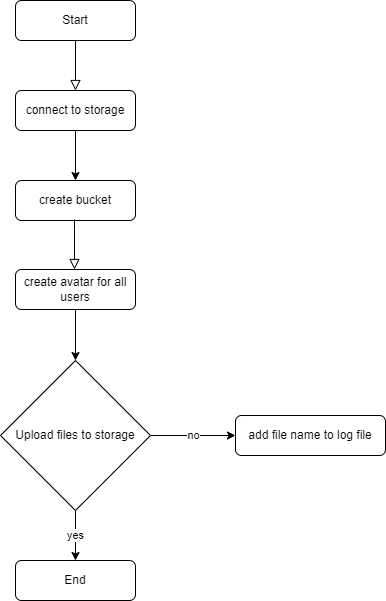
Kiarash-Salehi/migrate_to_storage keeps this draw.io diagram as migrate to storage.drawio.png. Above is the earlier version. Source tidied: cells renumbered, new cells last; positions are measured from the earlier drawing's top-left corner, leaving out a move shared by most shapes.
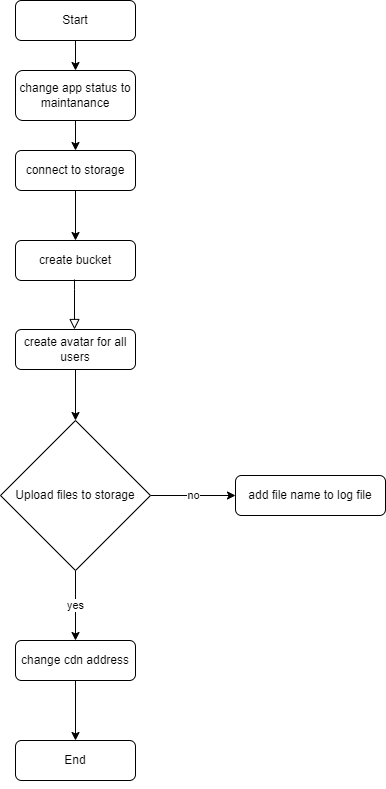
Above is the later version.

Diff of the diagram source:
```diff
@@ -2,13 +2,11 @@
   <root>
     <mxCell id="0" />
     <mxCell id="1" parent="0" />
-    <mxCell id="2" style="rounded=0;html=1;jettySize=auto;fontSize=11;endArrow=block;endFill=0;endSize=8;strokeWidth=1;shadow=0;labelBackgroundColor=none;edgeStyle=orthogonalEdgeStyle;" parent="1" edge="1" source="3">
-      <mxGeometry relative="1" as="geometry">
-        <mxPoint x="75" y="90" as="targetPoint" />
-      </mxGeometry>
-    </mxCell>
+    <mxCell id="15" style="edgeStyle=orthogonalEdgeStyle;rounded=0;jettySize=auto;html=1;" parent="1" edge="1" source="3" target="20">
+      <mxGeometry relative="1" as="geometry" />
+    </mxCell>
     <mxCell id="3" value="Start" style="rounded=1;whiteSpace=wrap;html=1;fontSize=12;glass=0;strokeWidth=1;shadow=0;" parent="1" vertex="1">
-      <mxGeometry x="15" width="120" height="40" as="geometry" />
+      <mxGeometry x="15" y="-60" width="120" height="40" as="geometry" />
     </mxCell>
     <mxCell id="4" style="edgeStyle=orthogonalEdgeStyle;rounded=0;jettySize=auto;html=1;" parent="1" edge="1" source="5" target="7">
       <mxGeometry relative="1" as="geometry" />
@@ -17,7 +15,7 @@
       <mxGeometry x="15" y="90" width="120" height="40" as="geometry" />
     </mxCell>
     <mxCell id="6" value="End" style="rounded=1;whiteSpace=wrap;html=1;fontSize=12;glass=0;strokeWidth=1;shadow=0;" parent="1" vertex="1">
-      <mxGeometry x="15" y="560" width="120" height="40" as="geometry" />
+      <mxGeometry x="15" y="680" width="120" height="40" as="geometry" />
     </mxCell>
     <mxCell id="7" value="create bucket" style="rounded=1;whiteSpace=wrap;html=1;fontSize=12;glass=0;strokeWidth=1;shadow=0;" parent="1" vertex="1">
       <mxGeometry x="15" y="180" width="120" height="40" as="geometry" />
@@ -45,7 +43,7 @@
         <mxPoint x="235" y="435" as="targetPoint" />
       </mxGeometry>
     </mxCell>
-    <mxCell id="12" value="yes" style="edgeStyle=orthogonalEdgeStyle;rounded=0;jettySize=auto;html=1;entryX=0.5;entryY=0;entryDx=0;entryDy=0;" parent="1" edge="1" source="13" target="6">
+    <mxCell id="12" value="yes" style="edgeStyle=orthogonalEdgeStyle;rounded=0;jettySize=auto;html=1;entryX=0.5;entryY=0;entryDx=0;entryDy=0;" parent="1" edge="1" source="13" target="18">
       <mxGeometry relative="1" as="geometry" />
     </mxCell>
     <mxCell id="13" value="Upload files to storage" style="rhombus;whiteSpace=wrap;html=1;" parent="1" vertex="1">
@@ -54,5 +52,20 @@
     <mxCell id="14" value="add file name to log file" style="rounded=1;whiteSpace=wrap;html=1;" parent="1" vertex="1">
       <mxGeometry x="235" y="415" width="150" height="40" as="geometry" />
     </mxCell>
+    <mxCell id="16" style="edgeStyle=orthogonalEdgeStyle;rounded=0;orthogonalLoop=1;jettySize=auto;html=1;exitX=0.5;exitY=1;exitDx=0;exitDy=0;" parent="1" edge="1" source="6" target="6">
+      <mxGeometry relative="1" as="geometry" />
+    </mxCell>
+    <mxCell id="17" style="edgeStyle=orthogonalEdgeStyle;rounded=0;jettySize=auto;html=1;entryX=0.5;entryY=0;entryDx=0;entryDy=0;" parent="1" edge="1" source="18" target="6">
+      <mxGeometry relative="1" as="geometry" />
+    </mxCell>
+    <mxCell id="18" value="change cdn address" style="rounded=1;whiteSpace=wrap;html=1;" parent="1" vertex="1">
+      <mxGeometry x="15" y="580" width="120" height="40" as="geometry" />
+    </mxCell>
+    <mxCell id="19" style="edgeStyle=orthogonalEdgeStyle;rounded=0;jettySize=auto;html=1;" parent="1" edge="1" source="20" target="5">
+      <mxGeometry relative="1" as="geometry" />
+    </mxCell>
+    <mxCell id="20" value="change app status to maintanance" style="rounded=1;whiteSpace=wrap;html=1;" parent="1" vertex="1">
+      <mxGeometry x="15" y="10" width="120" height="50" as="geometry" />
+    </mxCell>
   </root>
 </mxGraphModel>
```
